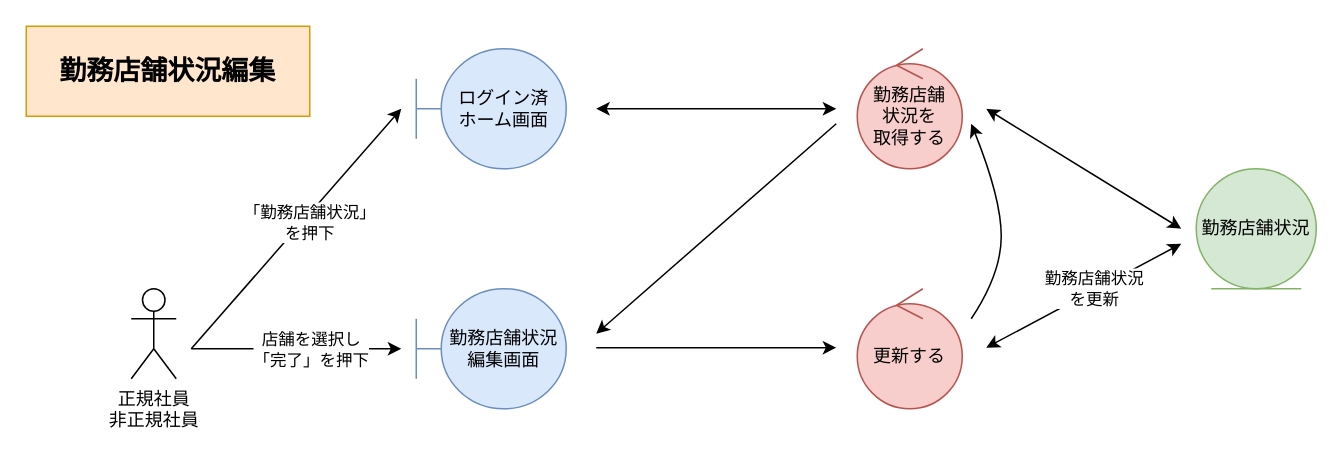
Above: 各種設計書/3ロバストネス図/人事情報管理/F14勤務状況編集.drawio in HaruShim/Sotuken (draw.io), before the change. Source tidied: cells renumbered, new cells numbered last; positions are measured from the earlier drawing's top-left corner, leaving out a move shared by most shapes. Both pictures are drawn from the tidied source at 150%, with x=0, y=0 at pixel (26, 26).
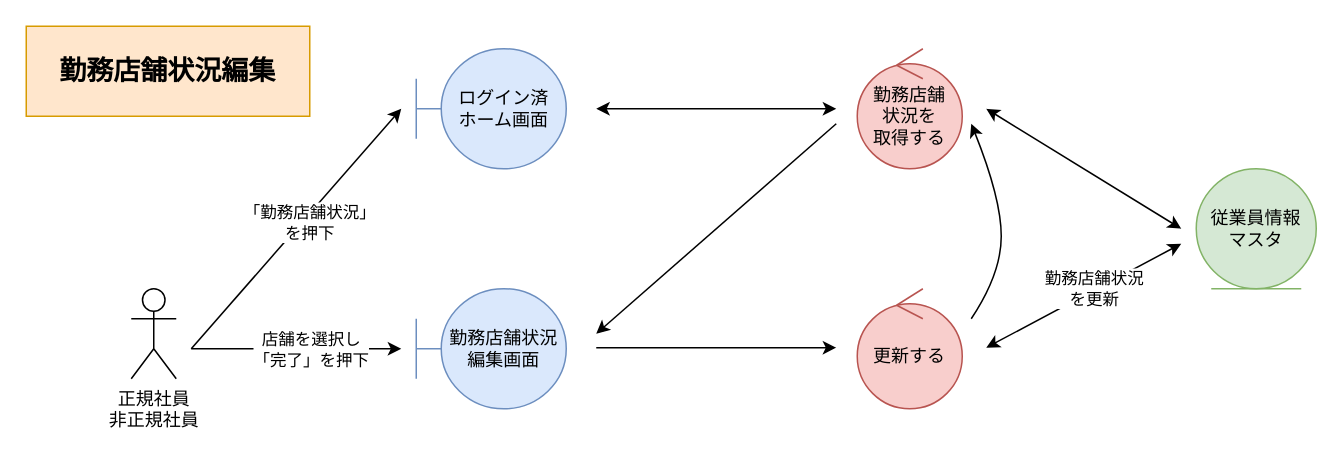
After the change.

Diff of the diagram source:
```diff
@@
-    <mxCell id="9" value="勤務店舗状況" style="ellipse;shape=umlEntity;whiteSpace=wrap;html=1;fillColor=#d5e8d4;strokeColor=#82b366;" parent="1" vertex="1">
+    <mxCell id="9" value="従業員情報&lt;br&gt;マスタ" style="ellipse;shape=umlEntity;whiteSpace=wrap;html=1;fillColor=#d5e8d4;strokeColor=#82b366;" parent="1" vertex="1">
       <mxGeometry x="780" y="95" width="80" height="80" as="geometry" />
     </mxCell>
```
